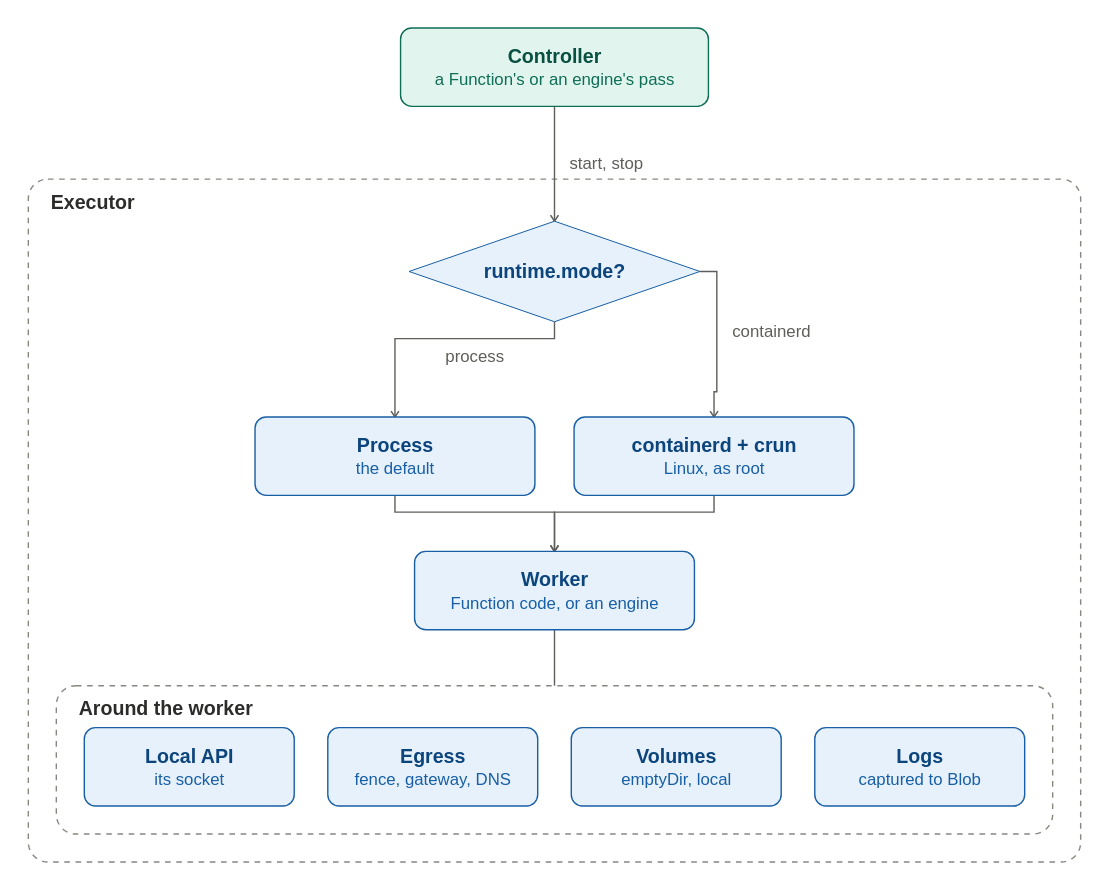
Above: docs/guide/assets/data-plane-executor.drawio.svg in pyvvo/funcd (draw.io), before the change. Source tidied: cells renumbered, new cells last; positions are measured from the earlier drawing's top-left corner, leaving out a move shared by most shapes.
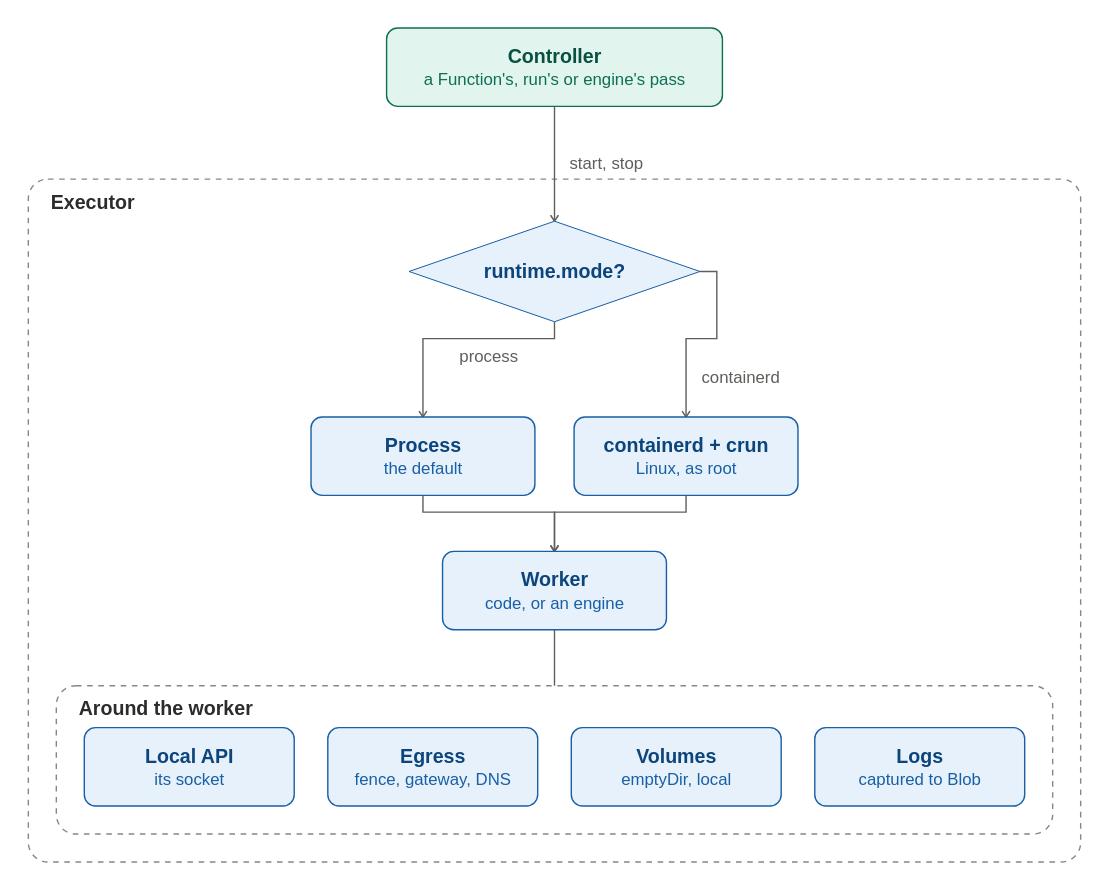
Above is the later version.

The edit, as a diff of the source:
```diff
@@ -2,8 +2,8 @@
   <root>
     <mxCell id="0" />
     <mxCell id="1" parent="0" />
-    <mxCell id="2" value="&lt;b&gt;Controller&lt;/b&gt;&lt;br&gt;&lt;font style=&quot;font-size:12px&quot; color=&quot;#0F6E56&quot;&gt;a Function&amp;#x27;s or an engine&amp;#x27;s pass&lt;/font&gt;" style="rounded=1;absoluteArcSize=1;arcSize=16;whiteSpace=wrap;html=1;fillColor=#E1F5EE;strokeColor=#0F6E56;fontColor=#085041;fontSize=14;" parent="1" vertex="1">
-      <mxGeometry x="266" width="220" height="56" as="geometry" />
+    <mxCell id="2" value="&lt;b&gt;Controller&lt;/b&gt;&lt;br&gt;&lt;font style=&quot;font-size:12px&quot; color=&quot;#0F6E56&quot;&gt;a Function&amp;#x27;s, run&amp;#x27;s or engine&amp;#x27;s pass&lt;/font&gt;" style="rounded=1;absoluteArcSize=1;arcSize=16;whiteSpace=wrap;html=1;fillColor=#E1F5EE;strokeColor=#0F6E56;fontColor=#085041;fontSize=14;" parent="1" vertex="1">
+      <mxGeometry x="256" width="240" height="56" as="geometry" />
     </mxCell>
     <mxCell id="3" value="Executor" style="rounded=1;absoluteArcSize=1;arcSize=28;dashed=1;fillColor=none;strokeColor=#888780;fontStyle=1;fontSize=14;fontColor=#2C2C2A;align=left;verticalAlign=top;spacingLeft=10;spacingTop=2;html=1;" parent="1" vertex="1">
       <mxGeometry y="108" width="752" height="488" as="geometry" />
@@ -12,13 +12,13 @@
       <mxGeometry x="272" y="30" width="208" height="72" as="geometry" />
     </mxCell>
     <mxCell id="5" value="&lt;b&gt;Process&lt;/b&gt;&lt;br&gt;&lt;font style=&quot;font-size:12px&quot; color=&quot;#185FA5&quot;&gt;the default&lt;/font&gt;" style="rounded=1;absoluteArcSize=1;arcSize=16;whiteSpace=wrap;html=1;fillColor=#E6F1FB;strokeColor=#185FA5;fontColor=#0C447C;fontSize=14;" parent="3" vertex="1">
-      <mxGeometry x="162" y="170" width="200" height="56" as="geometry" />
+      <mxGeometry x="202" y="170" width="160" height="56" as="geometry" />
     </mxCell>
     <mxCell id="6" value="&lt;b&gt;containerd + crun&lt;/b&gt;&lt;br&gt;&lt;font style=&quot;font-size:12px&quot; color=&quot;#185FA5&quot;&gt;Linux, as root&lt;/font&gt;" style="rounded=1;absoluteArcSize=1;arcSize=16;whiteSpace=wrap;html=1;fillColor=#E6F1FB;strokeColor=#185FA5;fontColor=#0C447C;fontSize=14;" parent="3" vertex="1">
-      <mxGeometry x="390" y="170" width="200" height="56" as="geometry" />
+      <mxGeometry x="390" y="170" width="160" height="56" as="geometry" />
     </mxCell>
-    <mxCell id="7" value="&lt;b&gt;Worker&lt;/b&gt;&lt;br&gt;&lt;font style=&quot;font-size:12px&quot; color=&quot;#185FA5&quot;&gt;Function code, or an engine&lt;/font&gt;" style="rounded=1;absoluteArcSize=1;arcSize=16;whiteSpace=wrap;html=1;fillColor=#E6F1FB;strokeColor=#185FA5;fontColor=#0C447C;fontSize=14;" parent="3" vertex="1">
-      <mxGeometry x="276" y="266" width="200" height="56" as="geometry" />
+    <mxCell id="7" value="&lt;b&gt;Worker&lt;/b&gt;&lt;br&gt;&lt;font style=&quot;font-size:12px&quot; color=&quot;#185FA5&quot;&gt;code, or an engine&lt;/font&gt;" style="rounded=1;absoluteArcSize=1;arcSize=16;whiteSpace=wrap;html=1;fillColor=#E6F1FB;strokeColor=#185FA5;fontColor=#0C447C;fontSize=14;" parent="3" vertex="1">
+      <mxGeometry x="296" y="266" width="160" height="56" as="geometry" />
     </mxCell>
     <mxCell id="8" value="Around the worker" style="rounded=1;absoluteArcSize=1;arcSize=28;dashed=1;fillColor=none;strokeColor=#888780;fontStyle=1;fontSize=14;fontColor=#2C2C2A;align=left;verticalAlign=top;spacingLeft=10;spacingTop=2;html=1;" parent="3" vertex="1">
       <mxGeometry x="20" y="362" width="712" height="106" as="geometry" />
@@ -41,20 +41,20 @@
       </mxGeometry>
     </mxCell>
     <mxCell id="14" value="process" style="edgeStyle=orthogonalEdgeStyle;rounded=0;html=1;jettySize=auto;strokeColor=#5F5E5A;fontColor=#5F5E5A;fontSize=12;labelBackgroundColor=#FFFFFF;endSize=7;endArrow=open;endFill=0;exitX=0.5;exitY=1;exitDx=0;exitDy=0;exitPerimeter=0;entryX=0.5;entryY=0;entryDx=0;entryDy=0;entryPerimeter=0;" parent="1" edge="1" source="4" target="5">
-      <mxGeometry x="-0.24" relative="1" as="geometry">
+      <mxGeometry x="-0.27" relative="1" as="geometry">
         <Array as="points">
           <mxPoint x="376" y="222" />
-          <mxPoint x="262" y="222" />
+          <mxPoint x="282" y="222" />
         </Array>
         <mxPoint y="13" as="offset" />
       </mxGeometry>
     </mxCell>
     <mxCell id="15" value="containerd" style="edgeStyle=orthogonalEdgeStyle;rounded=0;html=1;jettySize=auto;strokeColor=#5F5E5A;fontColor=#5F5E5A;fontSize=12;labelBackgroundColor=#FFFFFF;endSize=7;endArrow=open;endFill=0;exitX=1;exitY=0.5;exitDx=0;exitDy=0;exitPerimeter=0;entryX=0.5;entryY=0;entryDx=0;entryDy=0;entryPerimeter=0;" parent="1" edge="1" source="4" target="6">
-      <mxGeometry x="-0.07" relative="1" as="geometry">
+      <mxGeometry x="0.59" relative="1" as="geometry">
         <Array as="points">
           <mxPoint x="492" y="174" />
-          <mxPoint x="492" y="260" />
-          <mxPoint x="490" y="260" />
+          <mxPoint x="492" y="222" />
+          <mxPoint x="470" y="222" />
         </Array>
         <mxPoint x="39" as="offset" />
       </mxGeometry>
@@ -62,7 +62,7 @@
     <mxCell id="16" style="edgeStyle=orthogonalEdgeStyle;rounded=0;html=1;jettySize=auto;strokeColor=#5F5E5A;fontColor=#5F5E5A;fontSize=12;labelBackgroundColor=#FFFFFF;endSize=7;endArrow=open;endFill=0;exitX=0.5;exitY=1;exitDx=0;exitDy=0;exitPerimeter=0;entryX=0.5;entryY=0;entryDx=0;entryDy=0;entryPerimeter=0;" parent="1" edge="1" source="5" target="7">
       <mxGeometry relative="1" as="geometry">
         <Array as="points">
-          <mxPoint x="262" y="346" />
+          <mxPoint x="282" y="346" />
           <mxPoint x="376" y="346" />
         </Array>
       </mxGeometry>
@@ -70,7 +70,7 @@
     <mxCell id="17" style="edgeStyle=orthogonalEdgeStyle;rounded=0;html=1;jettySize=auto;strokeColor=#5F5E5A;fontColor=#5F5E5A;fontSize=12;labelBackgroundColor=#FFFFFF;endSize=7;endArrow=open;endFill=0;exitX=0.5;exitY=1;exitDx=0;exitDy=0;exitPerimeter=0;entryX=0.5;entryY=0;entryDx=0;entryDy=0;entryPerimeter=0;" parent="1" edge="1" source="6" target="7">
       <mxGeometry relative="1" as="geometry">
         <Array as="points">
-          <mxPoint x="490" y="346" />
+          <mxPoint x="470" y="346" />
           <mxPoint x="376" y="346" />
         </Array>
       </mxGeometry>
```
